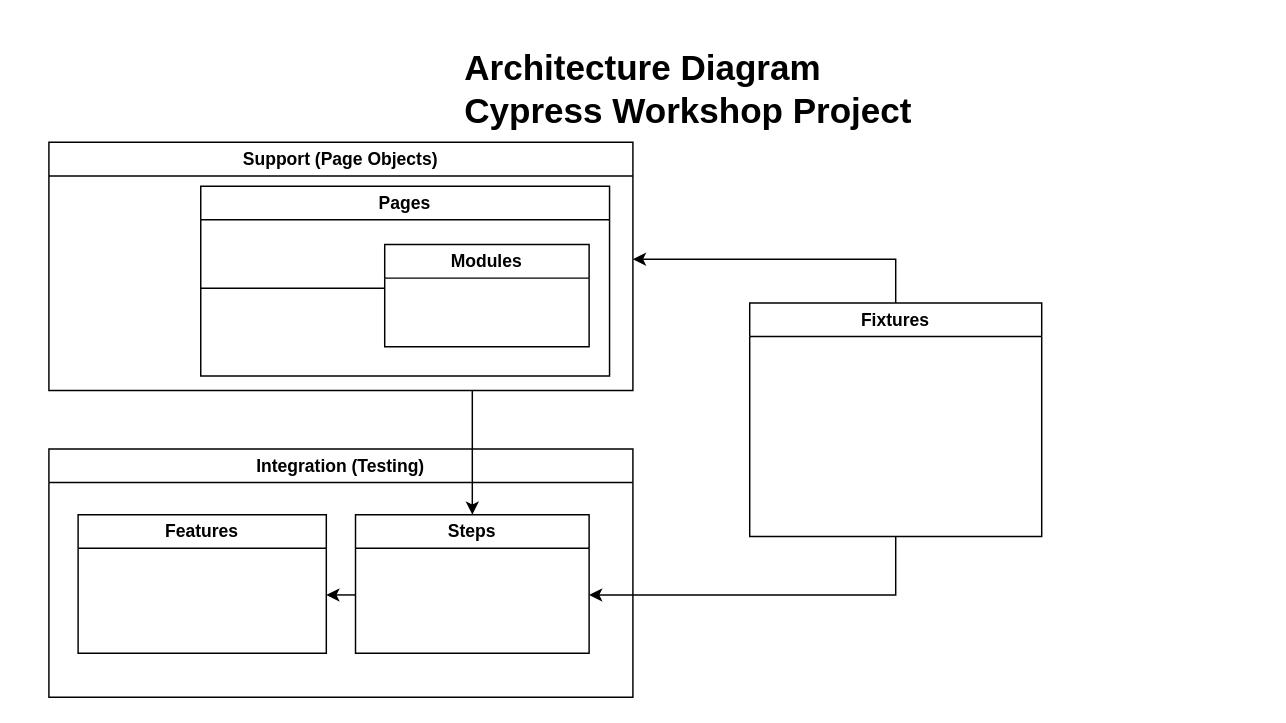
Above: architecture_diagram/Architecture Diagram.drawio in Stevenson-M/CypressWorkshopFinalExercise_Jinson_Stevenson_Moreno_Aguilar (draw.io), before the change. Source tidied: cells renumbered, new cells numbered last; positions are measured from the earlier drawing's top-left corner, leaving out a move shared by most shapes. Both pictures are drawn from the tidied source at 146%, with x=0, y=0 at pixel (48, 39).
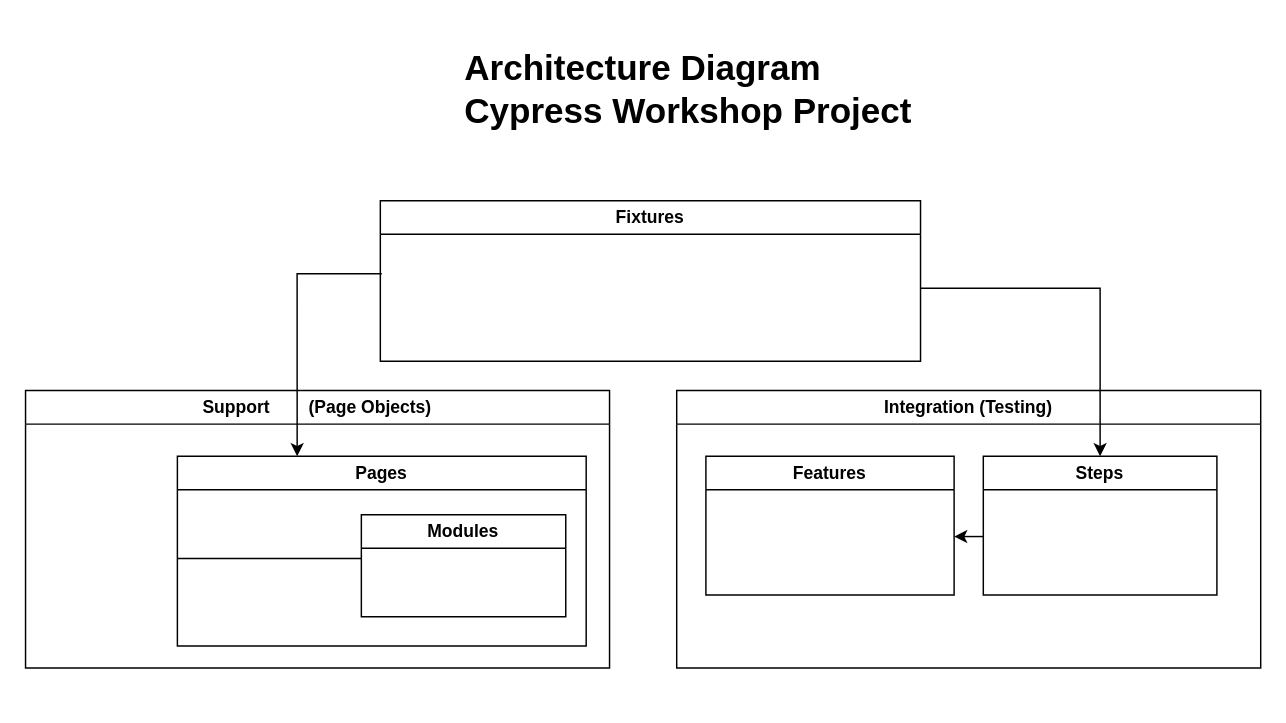
Above is the later version.

Unchanged cells that the change refers to:
```xml
<mxCell id="8" value="Steps" style="swimlane;whiteSpace=wrap;html=1;" parent="7" vertex="1">
  <mxGeometry x="210" y="45" width="160" height="95" as="geometry" />
</mxCell>
```

What changed in the source:
```diff
@@
-    <mxCell id="3" value="Support (Page Objects)" style="swimlane;whiteSpace=wrap;html=1;" parent="1" vertex="1">
-      <mxGeometry y="70" width="400" height="170" as="geometry" />
+    <mxCell id="3" value="Support&amp;nbsp; &amp;nbsp; &amp;nbsp; &amp;nbsp; (Page Objects)" style="swimlane;whiteSpace=wrap;html=1;" parent="1" vertex="1">
+      <mxGeometry x="-16" y="240" width="400" height="190" as="geometry" />
     </mxCell>
     <mxCell id="4" value="Pages" style="swimlane;whiteSpace=wrap;html=1;" parent="3" vertex="1">
-      <mxGeometry x="104" y="30" width="280" height="130" as="geometry" />
+      <mxGeometry x="104" y="45" width="280" height="130" as="geometry" />
     </mxCell>
@@
     <mxCell id="7" value="Integration (Testing)" style="swimlane;whiteSpace=wrap;html=1;" parent="1" vertex="1">
-      <mxGeometry y="280" width="400" height="170" as="geometry" />
+      <mxGeometry x="430" y="240" width="400" height="190" as="geometry" />
     </mxCell>
@@
-    <mxCell id="11" style="endArrow=classic;html=1;rounded=0;entryX=0.5;entryY=0;entryDx=0;entryDy=0;" parent="1" edge="1" target="8">
-      <mxGeometry relative="1" as="geometry">
-        <mxPoint x="290" y="240" as="sourcePoint" />
-        <Array as="points">
-          <mxPoint x="290" y="260" />
-        </Array>
-      </mxGeometry>
-    </mxCell>
     <mxCell id="12" value="Fixtures" style="swimlane;whiteSpace=wrap;html=1;" parent="1" vertex="1">
-      <mxGeometry x="480" y="180" width="200" height="160" as="geometry" />
+      <mxGeometry x="227" y="110" width="370" height="110" as="geometry" />
     </mxCell>
-    <mxCell id="13" style="endArrow=classic;html=1;rounded=0;exitX=0.5;exitY=1;exitDx=0;exitDy=0;" parent="1" edge="1" source="12">
-      <mxGeometry relative="1" as="geometry">
-        <mxPoint x="370" y="380" as="targetPoint" />
-        <Array as="points">
-          <mxPoint x="580" y="380" />
-        </Array>
-      </mxGeometry>
-    </mxCell>
-    <mxCell id="14" style="endArrow=classic;html=1;rounded=0;" parent="1" edge="1">
-      <mxGeometry relative="1" as="geometry">
-        <mxPoint x="580" y="180" as="sourcePoint" />
-        <mxPoint x="400" y="150" as="targetPoint" />
-        <Array as="points">
-          <mxPoint x="580" y="150" />
-        </Array>
-      </mxGeometry>
-    </mxCell>
+    <mxCell id="15" style="endArrow=classic;html=1;rounded=0;entryX=0.293;entryY=0;entryDx=0;entryDy=0;entryPerimeter=0;" parent="1" edge="1" target="4">
+      <mxGeometry relative="1" as="geometry">
+        <mxPoint x="228" y="160" as="sourcePoint" />
+        <Array as="points">
+          <mxPoint x="170" y="160" />
+        </Array>
+      </mxGeometry>
+    </mxCell>
+    <mxCell id="16" style="endArrow=classic;html=1;rounded=0;entryX=0.5;entryY=0;entryDx=0;entryDy=0;" parent="1" edge="1" target="8">
+      <mxGeometry relative="1" as="geometry">
+        <mxPoint x="597" y="170" as="sourcePoint" />
+        <Array as="points">
+          <mxPoint x="720" y="170" />
+        </Array>
+      </mxGeometry>
+    </mxCell>
```
